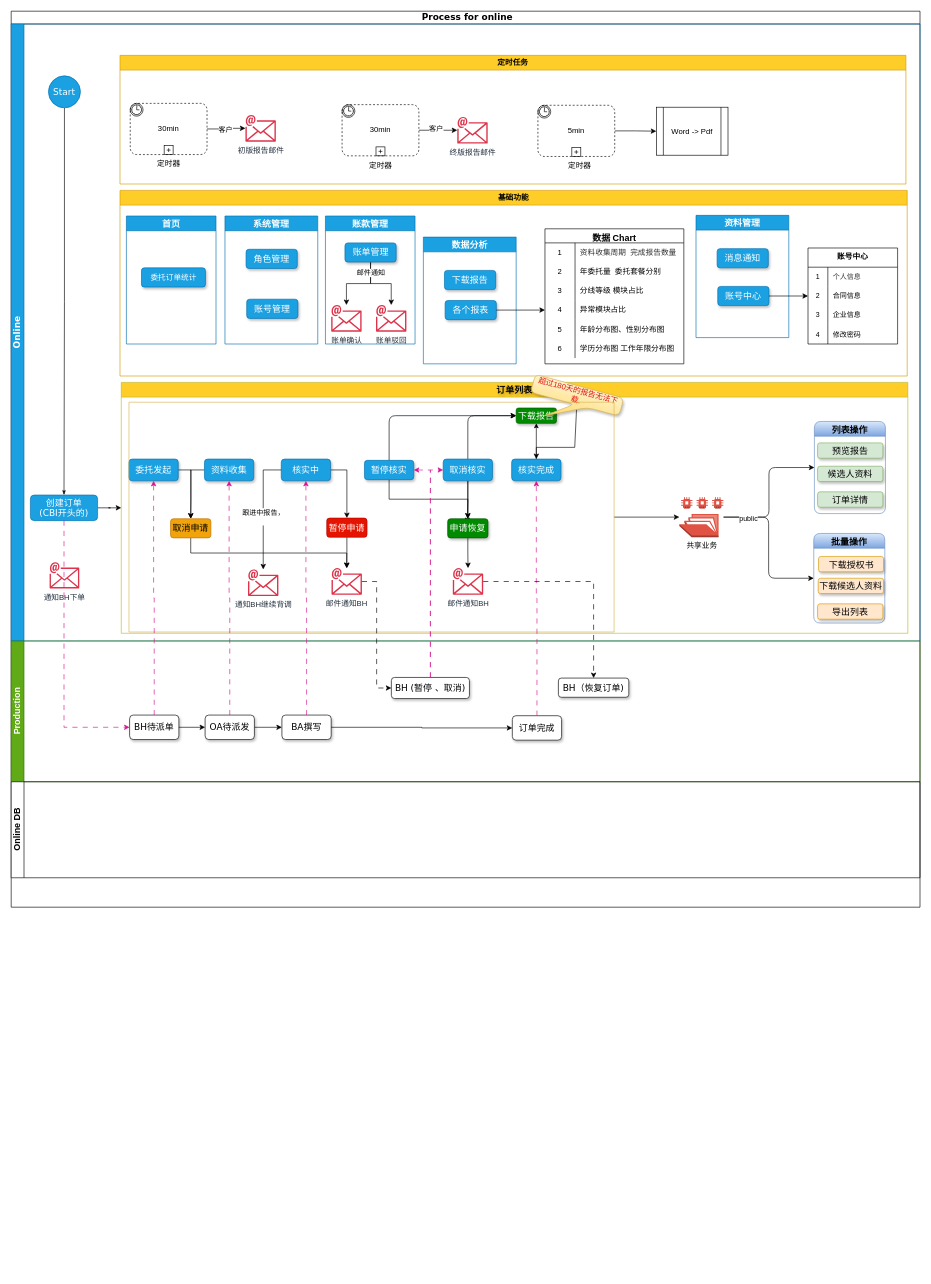
This is 3.drawio from romon-liangbo/draw, a draw.io file, before an edit. Source tidied: cells renumbered, new cells numbered last; positions are measured from the earlier drawing's top-left corner, leaving out a move shared by most shapes. Both pictures are drawn from the tidied source at 64%, with x=0, y=0 at pixel (11, 11). Pictures stored in the file or linked from it are replaced by grey dashed boxes.
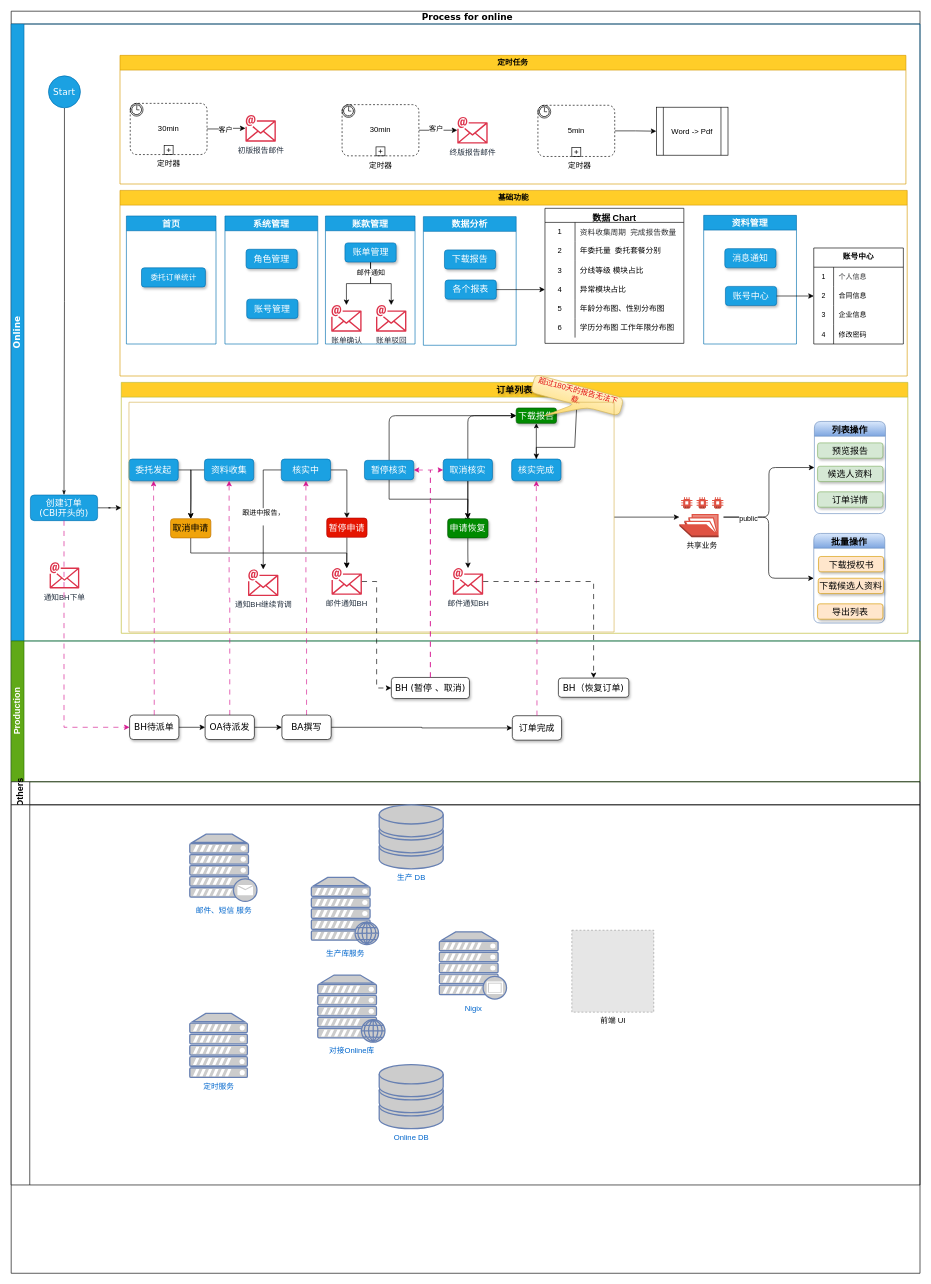
After the change.

The change refers to these unchanged cells:
```xml
<mxCell id="3" value="&lt;font face=&quot;Verdana&quot; style=&quot;font-size: 14px;&quot;&gt;&lt;b style=&quot;font-size: 14px;&quot;&gt;Online&lt;/b&gt;&lt;/font&gt;" style="swimlane;html=1;startSize=20;horizontal=0;fontSize=14;fontStyle=0;fillColor=#1ba1e2;strokeColor=#006EAF;fontColor=#ffffff;fillStyle=auto;rounded=0;whiteSpace=wrap;" parent="2" vertex="1">
  <mxGeometry y="20" width="1420" height="964" as="geometry" />
</mxCell>
```

Diff of the diagram source:
```diff
@@
     <mxCell id="2" value="&amp;nbsp;Process for online" style="swimlane;html=1;horizontal=1;startSize=20;rounded=0;shadow=0;labelBackgroundColor=default;strokeWidth=1;fontFamily=Verdana;fontSize=14;align=center;arcSize=17;swimlaneFillColor=none;" parent="1" vertex="1">
-      <mxGeometry width="1420" height="1400" as="geometry" />
+      <mxGeometry width="1420" height="1972" as="geometry" />
     </mxCell>
@@
     <mxCell id="21" value="资料管理" style="swimlane;whiteSpace=wrap;html=1;fontSize=14;fillColor=#1ba1e2;fontColor=#ffffff;strokeColor=#006EAF;" parent="3" vertex="1">
-      <mxGeometry x="1070" y="299" width="145" height="191" as="geometry" />
+      <mxGeometry x="1082" y="299" width="145" height="201" as="geometry" />
     </mxCell>
@@
     <mxCell id="24" value="账号中心" style="shape=table;startSize=30;childLayout=tableLayout;rowLines=0;strokeColor=default;horizontal=1;verticalAlign=top;align=center;fontSize=12;fontStyle=1;" parent="3" vertex="1">
-      <mxGeometry x="1245" y="350" width="140" height="150" as="geometry" />
+      <mxGeometry x="1254" y="350" width="140" height="150" as="geometry" />
     </mxCell>
@@
-    <mxCell id="84" value="Online DB" style="swimlane;html=1;startSize=20;horizontal=0;fontSize=14;" parent="2" vertex="1">
-      <mxGeometry y="1204" width="1420" height="150" as="geometry" />
-    </mxCell>
-    <mxCell id="85" style="edgeStyle=orthogonalEdgeStyle;rounded=0;jettySize=auto;html=1;fontSize=14;" parent="84" edge="1" source="86" target="87">
-      <mxGeometry relative="1" as="geometry" />
-    </mxCell>
-    <mxCell id="86" value="OA待派发" style="rounded=1;whiteSpace=wrap;html=1;shadow=1;labelBackgroundColor=none;strokeWidth=1;fontFamily=Verdana;fontSize=14;align=center;" parent="84" vertex="1">
-      <mxGeometry x="303" y="-104.2" width="77" height="38.2" as="geometry" />
-    </mxCell>
-    <mxCell id="87" value="BA撰写" style="rounded=1;whiteSpace=wrap;html=1;shadow=1;labelBackgroundColor=none;strokeWidth=1;fontFamily=Verdana;fontSize=14;align=center;" parent="84" vertex="1">
-      <mxGeometry x="423" y="-104.2" width="77" height="38.2" as="geometry" />
-    </mxCell>
@@
+    <mxCell id="84" value="Others" style="swimlane;html=1;startSize=29;horizontal=0;fontSize=14;" parent="2" vertex="1">
+      <mxGeometry y="1204" width="1420" height="36" as="geometry" />
+    </mxCell>
+    <mxCell id="85" style="edgeStyle=orthogonalEdgeStyle;rounded=0;jettySize=auto;html=1;fontSize=14;" parent="84" edge="1" source="86" target="87">
+      <mxGeometry relative="1" as="geometry" />
+    </mxCell>
+    <mxCell id="86" value="OA待派发" style="rounded=1;whiteSpace=wrap;html=1;shadow=1;labelBackgroundColor=none;strokeWidth=1;fontFamily=Verdana;fontSize=14;align=center;" parent="84" vertex="1">
+      <mxGeometry x="303" y="-104.2" width="77" height="38.2" as="geometry" />
+    </mxCell>
+    <mxCell id="87" value="BA撰写" style="rounded=1;whiteSpace=wrap;html=1;shadow=1;labelBackgroundColor=none;strokeWidth=1;fontFamily=Verdana;fontSize=14;align=center;" parent="84" vertex="1">
+      <mxGeometry x="423" y="-104.2" width="77" height="38.2" as="geometry" />
+    </mxCell>
+    <mxCell id="141" style="swimlane;html=1;startSize=29;horizontal=0;fontSize=14;" parent="2" vertex="1">
+      <mxGeometry y="1240" width="1420" height="594" as="geometry" />
+    </mxCell>
+    <mxCell id="142" value="生产库服务" style="fontColor=#0066CC;verticalAlign=top;verticalLabelPosition=bottom;labelPosition=center;align=center;html=1;fillColor=#CCCCCC;strokeColor=#6881B3;gradientColor=none;gradientDirection=north;strokeWidth=2;shape=mxgraph.networks.web_server;" parent="141" vertex="1">
+      <mxGeometry x="469" y="113.5" width="105" height="105" as="geometry" />
+    </mxCell>
+    <mxCell id="143" value="定时服务" style="fontColor=#0066CC;verticalAlign=top;verticalLabelPosition=bottom;labelPosition=center;align=center;html=1;fillColor=#CCCCCC;strokeColor=#6881B3;gradientColor=none;gradientDirection=north;strokeWidth=2;shape=mxgraph.networks.server;" parent="141" vertex="1">
+      <mxGeometry x="279" y="326" width="90" height="100" as="geometry" />
+    </mxCell>
+    <mxCell id="144" value="对接Online库" style="fontColor=#0066CC;verticalAlign=top;verticalLabelPosition=bottom;labelPosition=center;align=center;html=1;fillColor=#CCCCCC;strokeColor=#6881B3;gradientColor=none;gradientDirection=north;strokeWidth=2;shape=mxgraph.networks.web_server;" parent="141" vertex="1">
+      <mxGeometry x="479" y="266" width="105" height="105" as="geometry" />
+    </mxCell>
+    <mxCell id="145" value="Nigix" style="fontColor=#0066CC;verticalAlign=top;verticalLabelPosition=bottom;labelPosition=center;align=center;html=1;fillColor=#CCCCCC;strokeColor=#6881B3;gradientColor=none;gradientDirection=north;strokeWidth=2;shape=mxgraph.networks.proxy_server;" parent="141" vertex="1">
+      <mxGeometry x="669" y="198.5" width="105" height="105" as="geometry" />
+    </mxCell>
+    <mxCell id="146" value="邮件、短信 服务" style="fontColor=#0066CC;verticalAlign=top;verticalLabelPosition=bottom;labelPosition=center;align=center;html=1;fillColor=#CCCCCC;strokeColor=#6881B3;gradientColor=none;gradientDirection=north;strokeWidth=2;shape=mxgraph.networks.mail_server;" parent="141" vertex="1">
+      <mxGeometry x="279" y="46" width="105" height="105" as="geometry" />
+    </mxCell>
+    <mxCell id="147" value="前端 UI" style="fillColor=#E6E6E6;strokeColor=#999999;dashed=1;html=1;verticalAlign=top;verticalLabelPosition=bottom;labelBackgroundColor=#ffffff;" parent="141" vertex="1">
+      <mxGeometry x="876" y="196" width="128" height="128" as="geometry" />
+    </mxCell>
+    <mxCell id="148" value="生产 DB" style="fontColor=#0066CC;verticalAlign=top;verticalLabelPosition=bottom;labelPosition=center;align=center;html=1;fillColor=#CCCCCC;strokeColor=#6881B3;gradientColor=none;gradientDirection=north;strokeWidth=2;shape=mxgraph.networks.storage;" parent="141" vertex="1">
+      <mxGeometry x="575" width="100" height="100" as="geometry" />
+    </mxCell>
+    <mxCell id="149" value="Online DB" style="fontColor=#0066CC;verticalAlign=top;verticalLabelPosition=bottom;labelPosition=center;align=center;html=1;fillColor=#CCCCCC;strokeColor=#6881B3;gradientColor=none;gradientDirection=north;strokeWidth=2;shape=mxgraph.networks.storage;" parent="141" vertex="1">
+      <mxGeometry x="575" y="406" width="100" height="100" as="geometry" />
+    </mxCell>
@@
     <mxCell id="103" value="数据分析" style="swimlane;whiteSpace=wrap;html=1;fontSize=14;fillColor=#1ba1e2;fontColor=#ffffff;strokeColor=#006EAF;" parent="1" vertex="1">
-      <mxGeometry x="644" y="353" width="145" height="198" as="geometry" />
+      <mxGeometry x="644" y="321" width="145" height="201" as="geometry" />
     </mxCell>
@@
     <mxCell id="106" value="数据 Chart" style="shape=table;startSize=22;childLayout=tableLayout;rowLines=0;strokeColor=default;horizontal=1;verticalAlign=top;align=center;fontSize=14;fontStyle=1;" parent="1" vertex="1">
-      <mxGeometry x="834" y="340" width="217" height="211" as="geometry" />
+      <mxGeometry x="834" y="308" width="217" height="211" as="geometry" />
     </mxCell>
```
